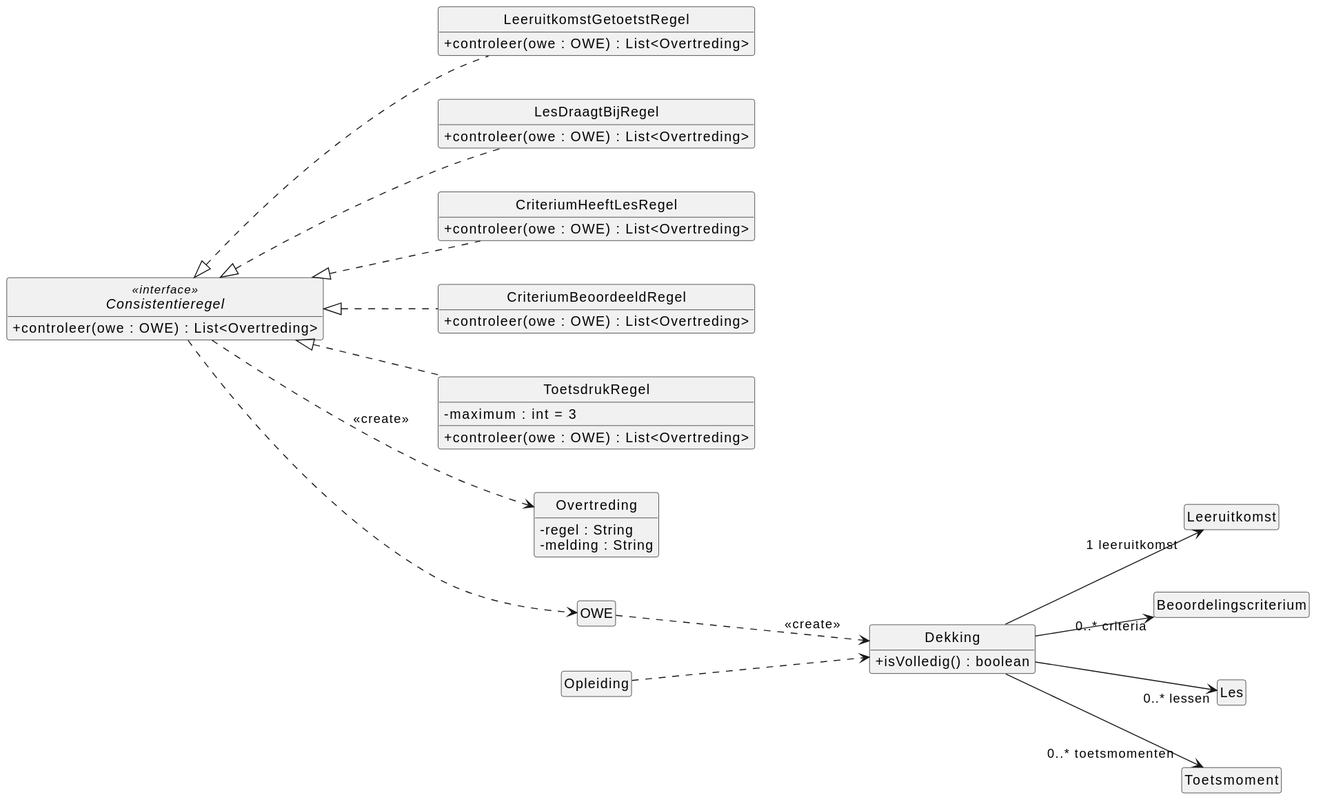
This is docs/diagrams/klassendiagram-controle.svg from HAN-Craftsmanship-KL-JJG/casus, a PlantUML export, as it was before one commit.
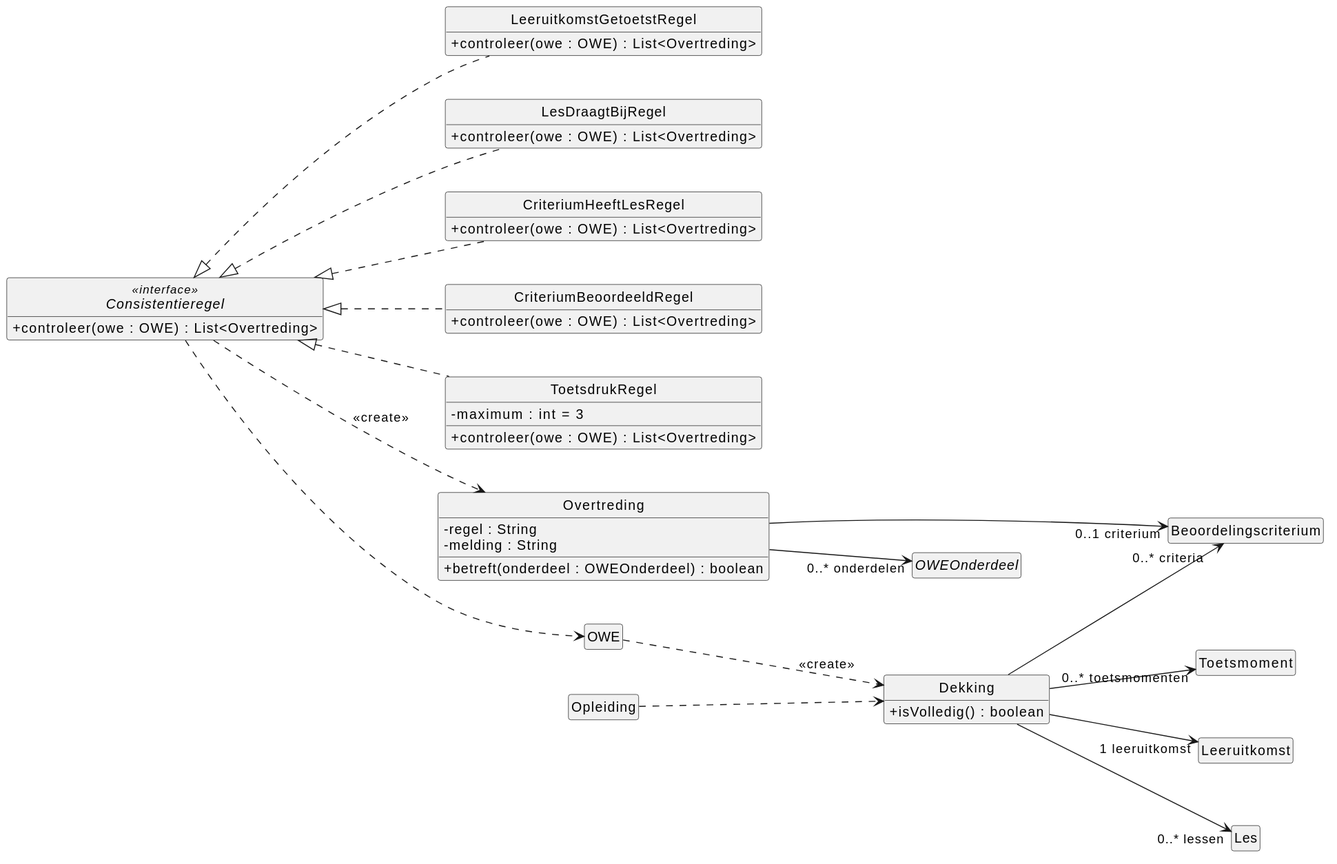
The same diagram one commit later.

The edit, as a diff of the source:
```diff
@@ -31,6 +31,7 @@
 class Overtreding {
   - regel : String
   - melding : String
+  + betreft(onderdeel : OWEOnderdeel) : boolean
 }
 
 class Dekking {
@@ -43,6 +44,7 @@
 class Beoordelingscriterium
 class Les
 class Toetsmoment
+abstract class OWEOnderdeel
 
 Consistentieregel <|.. LeeruitkomstGetoetstRegel
 Consistentieregel <|.. LesDraagtBijRegel
@@ -52,6 +54,8 @@
 
 Consistentieregel ..> OWE
 Consistentieregel ..> Overtreding : <<create>>
+Overtreding --> "0..* onderdelen" OWEOnderdeel
+Overtreding --> "0..1 criterium" Beoordelingscriterium
 
 Opleiding ..> Dekking
 OWE ..> Dekking : <<create>>
```
